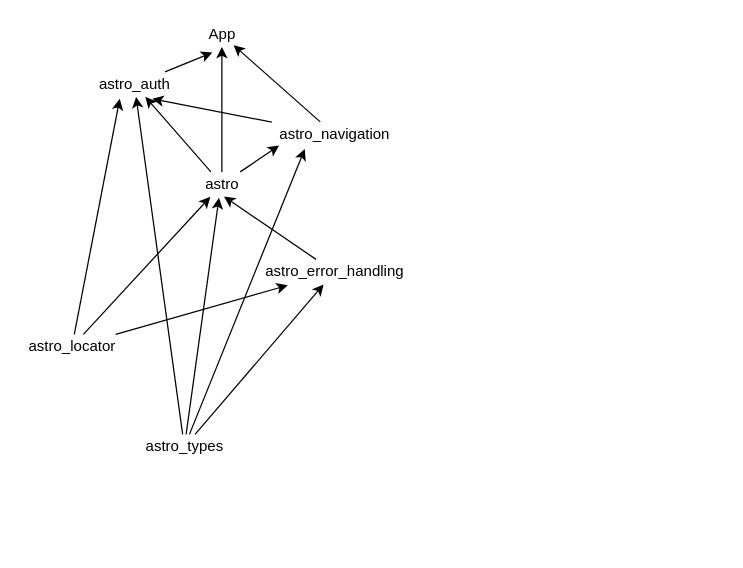
The draw.io diagram packages/flutter/utils/astro/docs/dependencies.dio in enspyrco/monorepo, before the edit. Source tidied: cells renumbered, new cells numbered last; positions are measured from the earlier drawing's top-left corner, leaving out a move shared by most shapes. Both pictures are drawn from the tidied source at 125%, with x=0, y=0 at pixel (21, 21).
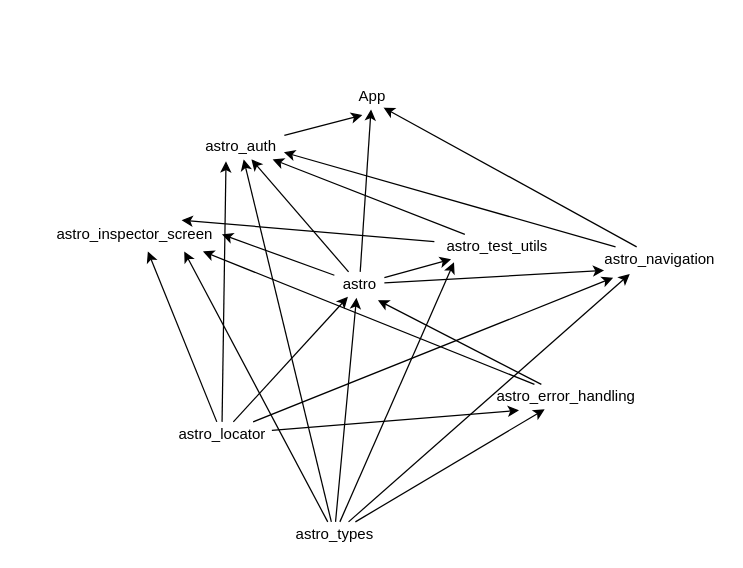
The same page after the edit.

Diff of the diagram source:
```diff
@@
+    <mxCell id="23" style="edgeStyle=none;html=1;" parent="1" edge="1" source="5">
+      <mxGeometry relative="1" as="geometry">
+        <mxPoint x="160" y="170" as="targetPoint" />
+      </mxGeometry>
+    </mxCell>
+    <mxCell id="24" style="edgeStyle=none;html=1;" parent="1" edge="1" source="5" target="33">
+      <mxGeometry relative="1" as="geometry" />
+    </mxCell>
     <mxCell id="5" value="astro" style="text;html=1;align=center;verticalAlign=middle;points=[];strokeColor=none;fillColor=none;" parent="1" vertex="1">
-      <mxGeometry x="140" y="120" width="40" height="20" as="geometry" />
+      <mxGeometry x="250" y="200" width="40" height="20" as="geometry" />
     </mxCell>
@@
+    <mxCell id="25" style="edgeStyle=none;html=1;entryX=0.13;entryY=1.233;entryDx=0;entryDy=0;entryPerimeter=0;" parent="1" edge="1" source="9" target="20">
+      <mxGeometry relative="1" as="geometry" />
+    </mxCell>
+    <mxCell id="26" style="edgeStyle=none;html=1;entryX=0.577;entryY=1.183;entryDx=0;entryDy=0;entryPerimeter=0;" parent="1" edge="1" source="9" target="30">
+      <mxGeometry relative="1" as="geometry" />
+    </mxCell>
     <mxCell id="9" value="astro_locator" style="text;html=1;align=center;verticalAlign=middle;points=[];strokeColor=none;fillColor=none;" parent="1" vertex="1">
-      <mxGeometry y="250" width="80" height="20" as="geometry" />
+      <mxGeometry x="120" y="320" width="80" height="20" as="geometry" />
     </mxCell>
@@
+    <mxCell id="27" style="edgeStyle=none;html=1;entryX=0.785;entryY=1.183;entryDx=0;entryDy=0;entryPerimeter=0;" parent="1" edge="1" source="14" target="30">
+      <mxGeometry relative="1" as="geometry" />
+    </mxCell>
+    <mxCell id="28" style="edgeStyle=none;html=1;entryX=0.157;entryY=1.117;entryDx=0;entryDy=0;entryPerimeter=0;" parent="1" edge="1" source="14" target="33">
+      <mxGeometry relative="1" as="geometry" />
+    </mxCell>
     <mxCell id="14" value="astro_types" style="text;html=1;align=center;verticalAlign=middle;points=[];strokeColor=none;fillColor=none;" parent="1" vertex="1">
-      <mxGeometry x="90" y="330" width="80" height="20" as="geometry" />
+      <mxGeometry x="210" y="400" width="80" height="20" as="geometry" />
     </mxCell>
+    <mxCell id="29" style="edgeStyle=none;html=1;entryX=0.892;entryY=1.183;entryDx=0;entryDy=0;entryPerimeter=0;" parent="1" edge="1" source="16" target="30">
+      <mxGeometry relative="1" as="geometry" />
+    </mxCell>
-    <mxCell id="15" style="edgeStyle=none;html=1;entryX=0.542;entryY=0.988;entryDx=0;entryDy=0;entryPerimeter=0;" parent="1" edge="1" source="16" target="5">
+    <mxCell id="15" style="edgeStyle=none;html=1;entryX=0.871;entryY=1.133;entryDx=0;entryDy=0;entryPerimeter=0;" parent="1" edge="1" source="16" target="5">
       <mxGeometry relative="1" as="geometry" />
     </mxCell>
     <mxCell id="16" value="astro_error_handling" style="text;html=1;align=center;verticalAlign=middle;points=[];strokeColor=none;fillColor=none;" parent="1" vertex="1">
-      <mxGeometry x="185" y="190" width="130" height="20" as="geometry" />
+      <mxGeometry x="370" y="290" width="130" height="20" as="geometry" />
     </mxCell>
     <mxCell id="17" value="App" style="text;html=1;align=center;verticalAlign=middle;points=[];strokeColor=none;fillColor=none;" parent="1" vertex="1">
-      <mxGeometry x="140" width="40" height="20" as="geometry" />
+      <mxGeometry x="260" y="50" width="40" height="20" as="geometry" />
     </mxCell>
-    <mxCell id="18" style="edgeStyle=none;html=1;entryX=0.705;entryY=1.079;entryDx=0;entryDy=0;entryPerimeter=0;" parent="1" edge="1" source="20" target="22">
+    <mxCell id="18" style="edgeStyle=none;html=1;entryX=0.995;entryY=0.717;entryDx=0;entryDy=0;entryPerimeter=0;" parent="1" edge="1" source="20" target="22">
       <mxGeometry relative="1" as="geometry" />
     </mxCell>
@@
     <mxCell id="20" value="astro_navigation" style="text;html=1;align=center;verticalAlign=middle;points=[];strokeColor=none;fillColor=none;" parent="1" vertex="1">
-      <mxGeometry x="200" y="80" width="100" height="20" as="geometry" />
+      <mxGeometry x="460" y="180" width="100" height="20" as="geometry" />
     </mxCell>
@@
     <mxCell id="22" value="astro_auth" style="text;html=1;align=center;verticalAlign=middle;points=[];strokeColor=none;fillColor=none;" parent="1" vertex="1">
-      <mxGeometry x="55" y="40" width="70" height="20" as="geometry" />
+      <mxGeometry x="140" y="90" width="70" height="20" as="geometry" />
     </mxCell>
+    <mxCell id="30" value="astro_inspector_screen" style="text;html=1;align=center;verticalAlign=middle;points=[];strokeColor=none;fillColor=none;" parent="1" vertex="1">
+      <mxGeometry x="20" y="160" width="140" height="20" as="geometry" />
+    </mxCell>
+    <mxCell id="31" style="edgeStyle=none;html=1;entryX=0.77;entryY=-0.067;entryDx=0;entryDy=0;entryPerimeter=0;" parent="1" edge="1" source="33" target="30">
+      <mxGeometry relative="1" as="geometry" />
+    </mxCell>
+    <mxCell id="32" style="edgeStyle=none;html=1;" parent="1" edge="1" source="33" target="22">
+      <mxGeometry relative="1" as="geometry" />
+    </mxCell>
+    <mxCell id="33" value="astro_test_utils" style="text;html=1;align=center;verticalAlign=middle;points=[];strokeColor=none;fillColor=none;" parent="1" vertex="1">
+      <mxGeometry x="330" y="170" width="100" height="20" as="geometry" />
+    </mxCell>
```
